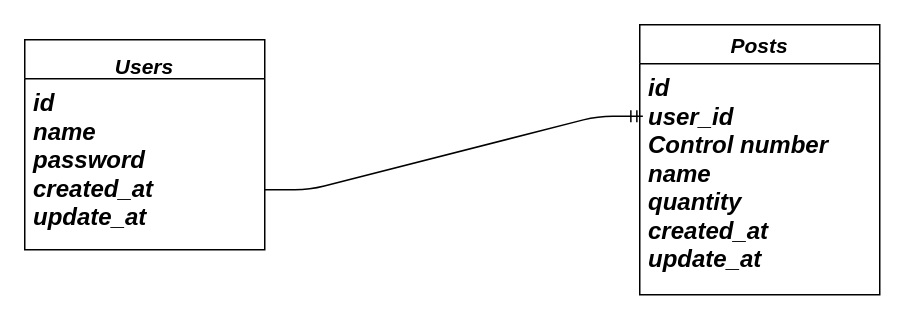
The draw.io diagram draw.dio in yamamuro1138/equipsy, before the edit. Source tidied: cells renumbered, new cells numbered last; positions are measured from the earlier drawing's top-left corner, leaving out a move shared by most shapes. Both pictures are drawn from the tidied source at 150%, with x=0, y=0 at pixel (24, 24).
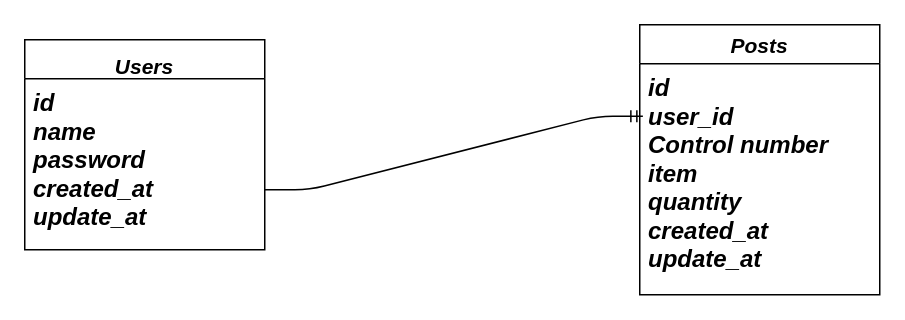
The same page after the edit.

Change to the diagram source:
```diff
@@
 <mxGraphModel>
   <root>
     <mxCell id="0" />
     <mxCell id="1" parent="0" />
     <mxCell id="2" value="Users" style="swimlane;fontStyle=3;horizontal=1;startSize=26;align=center;fontSize=14;spacingTop=4;spacingBottom=-4;verticalAlign=middle;" parent="1" vertex="1">
       <mxGeometry y="10" width="160" height="140" as="geometry" />
     </mxCell>
     <mxCell id="3" value="id&#10;name&#10;password&#10;created_at&#10;update_at&#10;" style="text;strokeColor=none;fillColor=none;spacingLeft=4;spacingRight=4;overflow=hidden;fontSize=16;align=left;fontStyle=3;fontFamily=Helvetica;" parent="2" vertex="1">
       <mxGeometry y="26" width="160" height="114" as="geometry" />
     </mxCell>
     <mxCell id="4" value="Posts" style="swimlane;fontStyle=3;horizontal=1;startSize=26;align=center;fontSize=14;fontFamily=Helvetica;" parent="1" vertex="1">
       <mxGeometry x="410" width="160" height="180" as="geometry" />
     </mxCell>
-    <mxCell id="5" value="id&#10;user_id&#10;Control number&#10;name&#10;quantity&#10;created_at&#10;update_at" style="text;strokeColor=none;fillColor=none;spacingLeft=4;spacingRight=4;overflow=hidden;points=[[0,0.5],[1,0.5]];portConstraint=eastwest;fontSize=16;fontStyle=3;" parent="4" vertex="1">
+    <mxCell id="5" value="id&#10;user_id&#10;Control number&#10;item&#10;quantity&#10;created_at&#10;update_at" style="text;strokeColor=none;fillColor=none;spacingLeft=4;spacingRight=4;overflow=hidden;points=[[0,0.5],[1,0.5]];portConstraint=eastwest;fontSize=16;fontStyle=3;" parent="4" vertex="1">
       <mxGeometry y="26" width="160" height="154" as="geometry" />
     </mxCell>
     <mxCell id="6" style="edgeStyle=entityRelationEdgeStyle;fontSize=12;html=1;endArrow=ERmandOne;fontFamily=Helvetica;entryX=0.013;entryY=0.227;entryDx=0;entryDy=0;entryPerimeter=0;" parent="1" edge="1" target="5">
       <mxGeometry relative="1" as="geometry">
         <mxPoint x="160" y="110" as="sourcePoint" />
       </mxGeometry>
     </mxCell>
   </root>
 </mxGraphModel>
```
